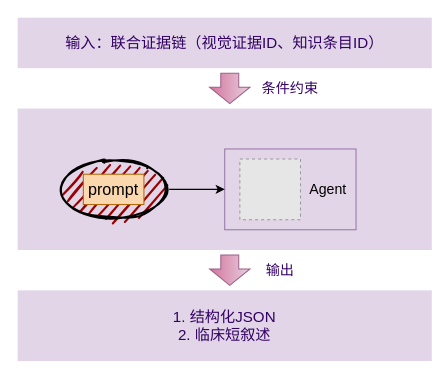
Earlier version of the draw.io diagram ThesisProposal/draft/开题报告-cc-v5/figures_v3/图10受约束报告生成流程示意图.drawio (XiaoHG/medical-report-generation). Source tidied: cells renumbered, new cells numbered last; positions are measured from the earlier drawing's top-left corner, leaving out a move shared by most shapes. Both pictures are drawn from the tidied source at 101%, with x=0, y=0 at pixel (17, 17). Pictures stored in the file or linked from it are replaced by grey dashed boxes.
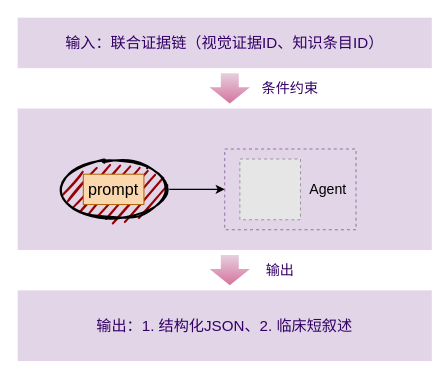
After the change.

Diff of the diagram source:
```diff
@@
 <mxGraphModel>
   <root>
     <mxCell id="0" />
     <mxCell id="1" parent="0" />
     <mxCell id="2" value="输入：联合证据链（视觉证据ID、知识条目ID）" style="rounded=0;whiteSpace=wrap;html=1;fontSize=15;fillColor=#e1d5e7;strokeColor=none;fontColor=#330066;" parent="1" vertex="1">
       <mxGeometry width="410" height="50" as="geometry" />
     </mxCell>
     <mxCell id="3" style="rounded=0;whiteSpace=wrap;html=1;fontSize=15;fillColor=#e1d5e7;strokeColor=none;" parent="1" vertex="1">
       <mxGeometry y="90" width="410" height="140" as="geometry" />
     </mxCell>
-    <mxCell id="4" style="rounded=1;whiteSpace=wrap;html=1;fontSize=14;arcSize=0;fillColor=#e1d5e7;strokeColor=#9673a6;fontStyle=0;fontColor=#330066;" parent="1" vertex="1">
+    <mxCell id="4" style="rounded=1;whiteSpace=wrap;html=1;fontSize=14;arcSize=0;fillColor=none;strokeColor=#9673a6;fontStyle=0;fontColor=#330066;dashed=1;" parent="1" vertex="1">
       <mxGeometry x="205" y="130" width="130" height="80" as="geometry" />
     </mxCell>
-    <mxCell id="5" value="1. 结构化JSON&lt;br&gt;2. 临床短叙述" style="rounded=0;whiteSpace=wrap;html=1;fontSize=15;fillColor=#e1d5e7;strokeColor=none;fontColor=#330066;" parent="1" vertex="1">
+    <mxCell id="5" value="输出：1. 结构化JSON、2. 临床短叙述" style="rounded=0;whiteSpace=wrap;html=1;fontSize=15;fillColor=#e1d5e7;strokeColor=none;fontColor=#330066;" parent="1" vertex="1">
       <mxGeometry y="270" width="410" height="70" as="geometry" />
     </mxCell>
     <mxCell id="6" value="条件约束" style="text;html=1;whiteSpace=wrap;strokeColor=none;fillColor=none;align=center;verticalAlign=middle;rounded=0;fontSize=14;fontColor=#330066;" parent="1" vertex="1">
       <mxGeometry x="240" y="55" width="60" height="30" as="geometry" />
     </mxCell>
-    <mxCell id="7" style="shape=singleArrow;whiteSpace=wrap;html=1;direction=south;arrowWidth=0.4444444444444457;arrowSize=0.5395833333333314;fillColor=#e6d0de;gradientColor=#d5739d;strokeColor=#996185;" parent="1" vertex="1">
+    <mxCell id="7" style="shape=singleArrow;whiteSpace=wrap;html=1;direction=south;arrowWidth=0.4444444444444457;arrowSize=0.5395833333333314;fillColor=#e6d0de;gradientColor=#d5739d;strokeColor=none;gradientDirection=east;" parent="1" vertex="1">
       <mxGeometry x="190" y="55" width="40" height="30" as="geometry" />
     </mxCell>
-    <mxCell id="8" style="shape=singleArrow;whiteSpace=wrap;html=1;direction=south;arrowWidth=0.4444444444444457;arrowSize=0.5395833333333314;fillColor=#e6d0de;gradientColor=#d5739d;strokeColor=#996185;" parent="1" vertex="1">
+    <mxCell id="8" style="shape=singleArrow;whiteSpace=wrap;html=1;direction=south;arrowWidth=0.4444444444444457;arrowSize=0.5395833333333314;fillColor=#e6d0de;gradientColor=#d5739d;strokeColor=none;gradientDirection=east;" parent="1" vertex="1">
       <mxGeometry x="190" y="235" width="40" height="30" as="geometry" />
     </mxCell>
     <mxCell id="9" value="输出" style="text;html=1;whiteSpace=wrap;strokeColor=none;fillColor=none;align=center;verticalAlign=middle;rounded=0;fontSize=14;fontColor=#330066;" parent="1" vertex="1">
       <mxGeometry x="230" y="235" width="60" height="30" as="geometry" />
     </mxCell>
     <mxCell id="10" style="edgeStyle=orthogonalEdgeStyle;rounded=0;jettySize=auto;html=1;defaultLabelBackgroundColor=page;labelPadding=0 4;" parent="1" edge="1" source="11" target="4">
       <mxGeometry relative="1" as="geometry" />
     </mxCell>
     <mxCell id="11" style="ellipse;whiteSpace=wrap;html=1;strokeWidth=2;fillWeight=2;hachureGap=8;fillColor=#990000;fillStyle=dots;sketch=1;" parent="1" vertex="1">
       <mxGeometry x="40" y="140" width="110" height="60" as="geometry" />
     </mxCell>
     <mxCell id="12" value="prompt" style="text;html=1;whiteSpace=wrap;strokeColor=#b46504;fillColor=#fad7ac;align=center;verticalAlign=middle;rounded=0;fontSize=16;" parent="1" vertex="1">
       <mxGeometry x="65" y="155" width="60" height="30" as="geometry" />
     </mxCell>
     <mxCell id="13" style="fillColor=#E6E6E6;strokeColor=#999999;dashed=1;verticalLabelPosition=bottom;labelBackgroundColor=default;verticalAlign=top;" parent="1" vertex="1">
       <mxGeometry x="220" y="140" width="60" height="60" as="geometry" />
     </mxCell>
     <mxCell id="14" value="Agent" style="text;html=1;whiteSpace=wrap;strokeColor=none;fillColor=none;align=center;verticalAlign=middle;rounded=0;fontSize=14;" parent="1" vertex="1">
       <mxGeometry x="280" y="155" width="55" height="30" as="geometry" />
     </mxCell>
   </root>
 </mxGraphModel>
```
